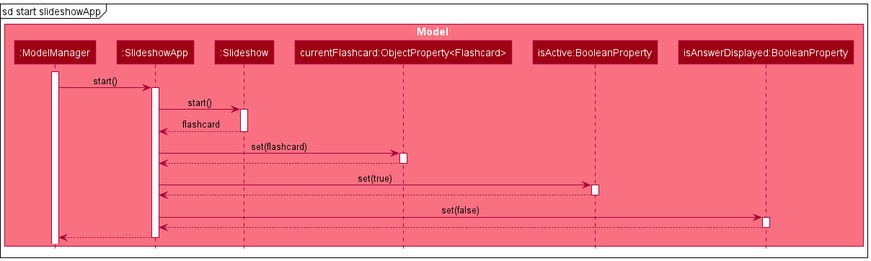
Above: docs/images/StartSlideshowAppReferenceSequenceDiagram.png in sharmainec/tp (PlantUML), before the change.
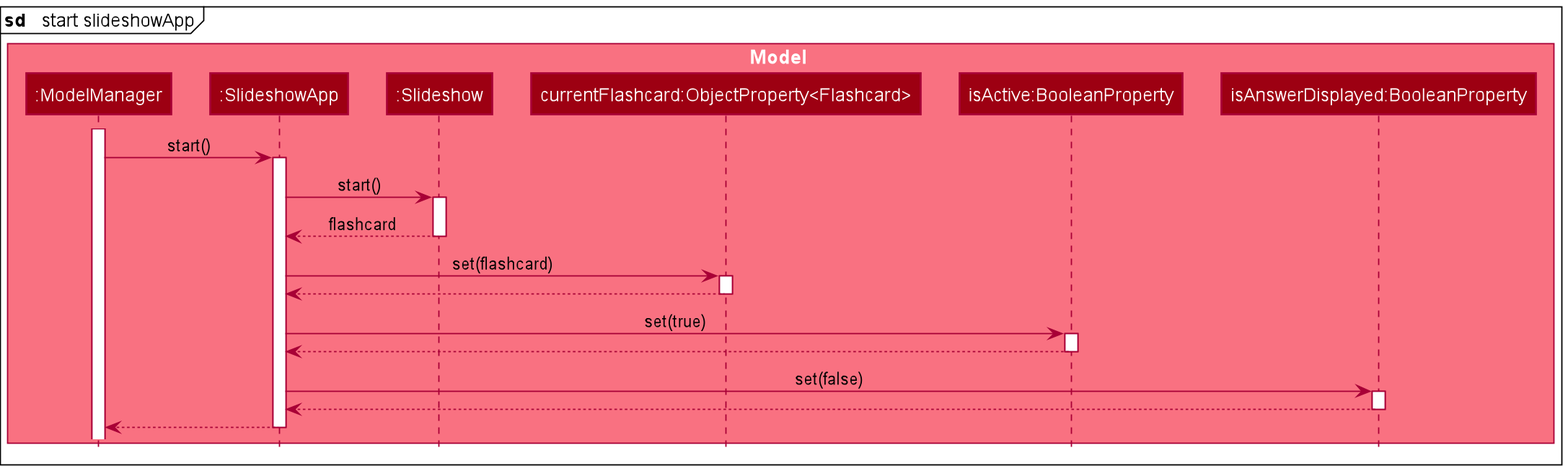
After the change.

Diff of the diagram source:
```diff
@@ -10,7 +10,7 @@
 participant "isAnswerDisplayed:BooleanProperty" as isAnswerDisplayed MODEL_COLOR
 end box
 
-mainframe sd start slideshowApp
+mainframe **sd**   start slideshowApp
 
 activate ModelManager
 
```
